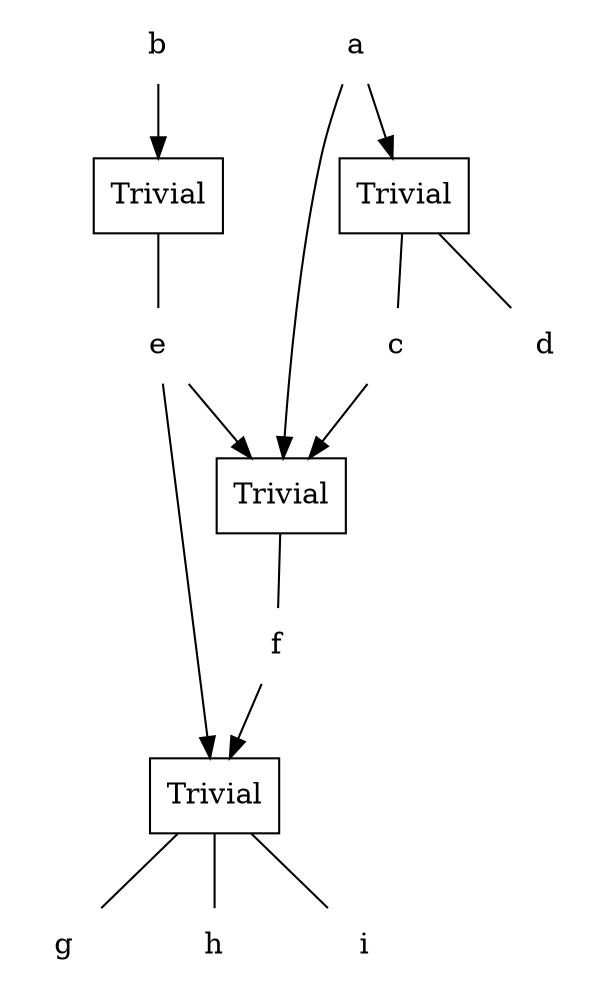
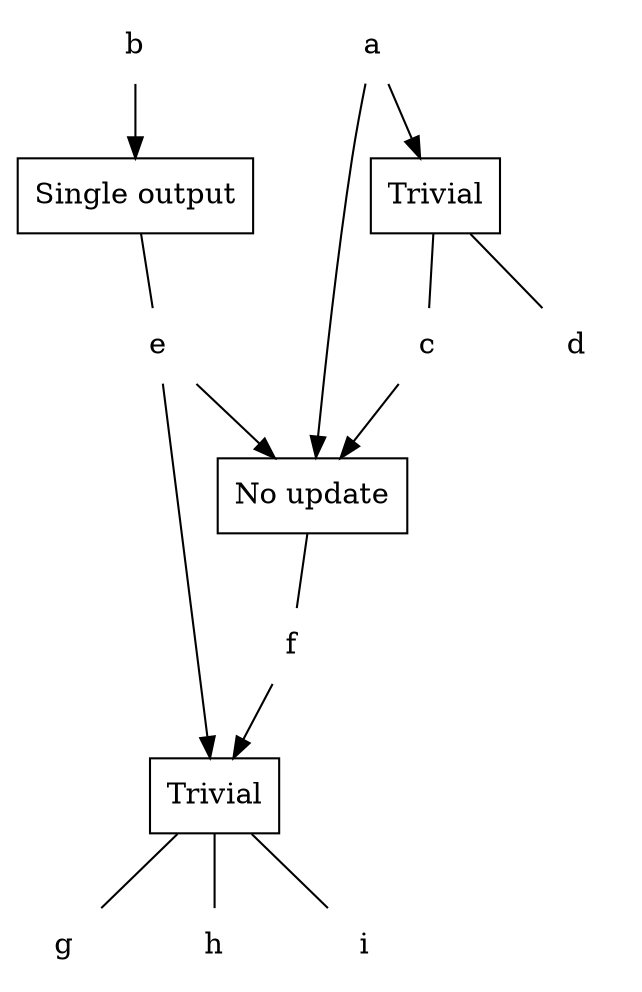
digraph G{
  bgcolor = "transparent";

  subgraph cards {
    node [shape = "box" style = "filled"];
-     "1" [label = "Trivial" fillcolor = "transparent"];
+     "1" [label = "No update" fillcolor = "transparent"];
    "2" [label = "Trivial" fillcolor = "white"];
-     "3" [label = "Trivial" fillcolor = "white"];
+     "3" [label = "Single output" fillcolor = "white"];
    "4" [label = "Trivial" fillcolor = "white"];
  }

  subgraph vars {
    node [shape = "none"];
    "5" [label = "f"];
    "6" [label = "c"];
    "7" [label = "d"];
    "8" [label = "e"];
    "9" [label = "g"];
    "10" [label = "h"];
    "11" [label = "i"];
    "12" [label = "a"];
    "13" [label = "b"];
  }

  edge [arrowhead = "none"];
  "1" -> {"5"};
  "2" -> {"6" "7"};
  "3" -> {"8"};
  "4" -> {"9" "10" "11"};

  edge [arrowhead = "normal"];
  "5" -> {"4"};
  "6" -> {"1"};
  "8" -> {"1" "4"};
  "12" -> {"1" "2"};
  "13" -> {"3"};
}
